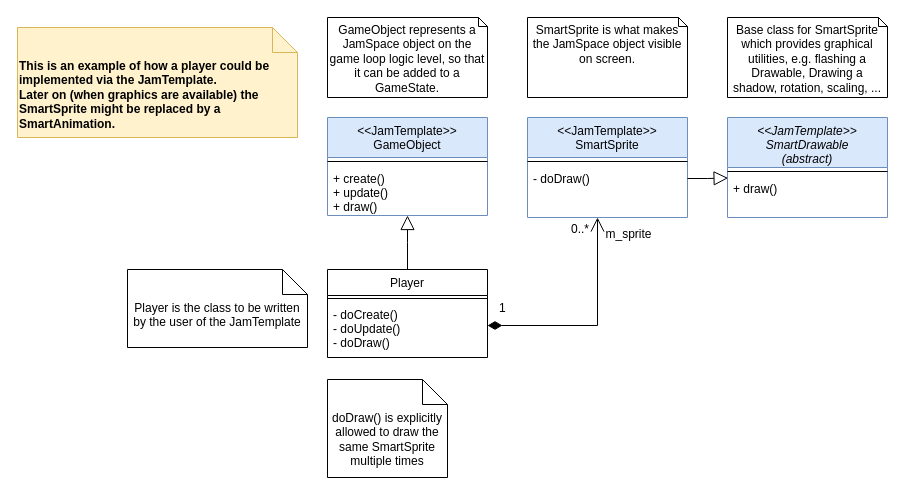
Laguna1989/JamTemplateCpp keeps this draw.io diagram as doc/playerexample.drawio. Above is the earlier version. Source tidied: cells renumbered, new cells numbered last; positions are measured from the earlier drawing's top-left corner, leaving out a move shared by most shapes. Both pictures are drawn from the tidied source at 100%, with x=0, y=0 at pixel (17, 17).
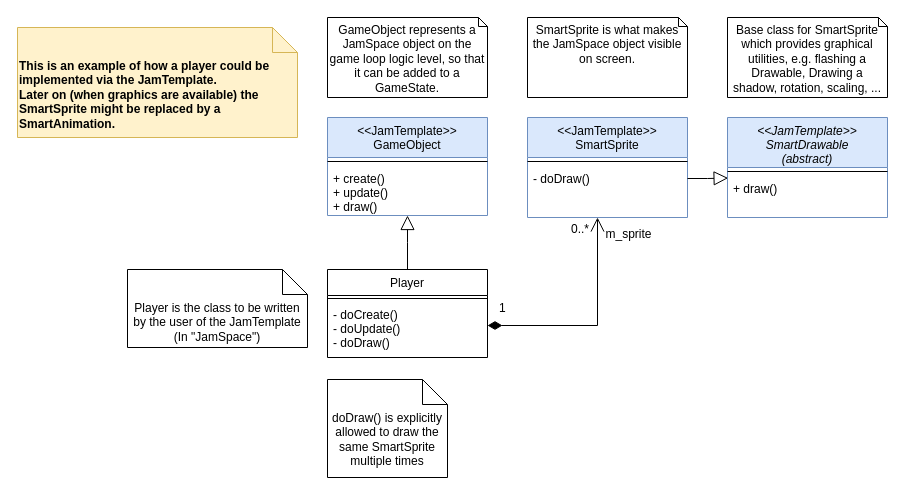
The same page after the edit.

The edit, as a diff of the source:
```diff
@@
-    <mxCell id="21" value="Player is the class to be written by the user of the JamTemplate" style="shape=note2;boundedLbl=1;whiteSpace=wrap;html=1;size=25;verticalAlign=top;align=center;" parent="1" vertex="1">
+    <mxCell id="21" value="Player is the class to be written by the user of the JamTemplate (In &quot;JamSpace&quot;)" style="shape=note2;boundedLbl=1;whiteSpace=wrap;html=1;size=25;verticalAlign=top;align=center;" parent="1" vertex="1">
       <mxGeometry x="110" y="252" width="180" height="78" as="geometry" />
     </mxCell>
```
